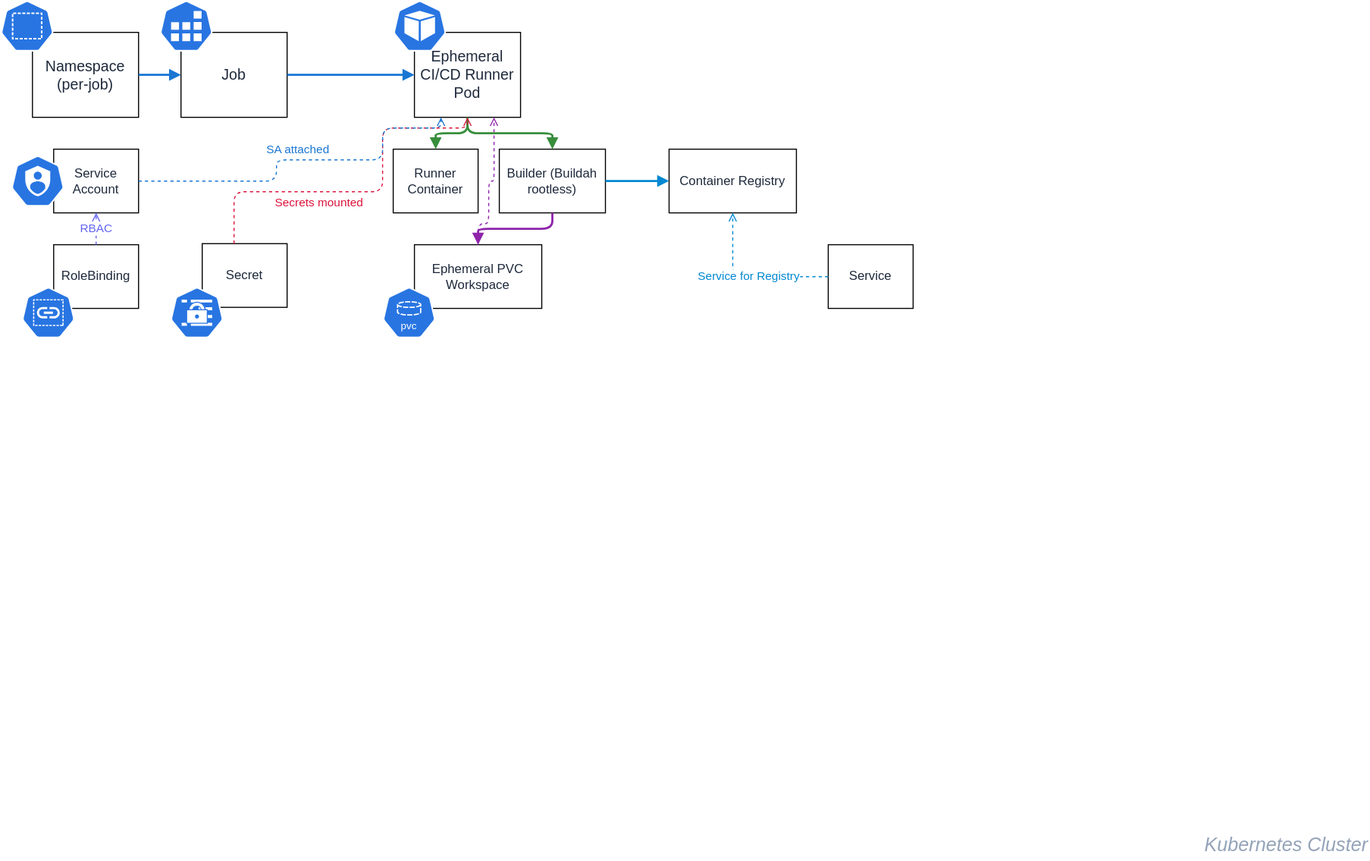
Before: docs/ci-cd-architecture.svg, a diagram exported from draw.io (dasmlab/ci-cd-agents). Source tidied: cells renumbered, new cells last; positions are measured from the earlier drawing's top-left corner, leaving out a move shared by most shapes.
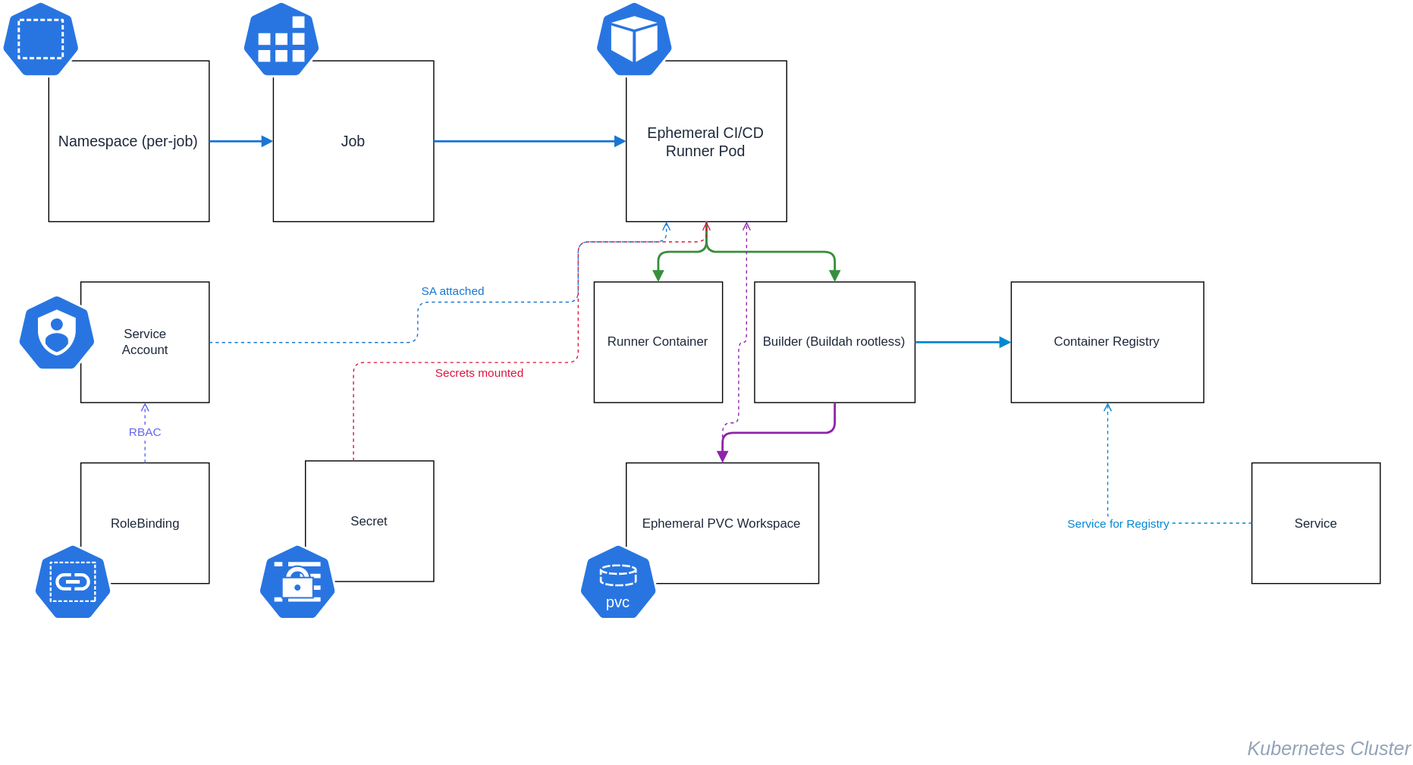
After the commit.

The edit, as a diff of the source:
```diff
@@ -2,119 +2,122 @@
   <root>
     <mxCell id="0" />
     <mxCell id="1" parent="0" />
+    <mxCell id="32" style="group;" parent="1" vertex="1">
+      <mxGeometry x="5" y="80" width="1330" height="720" as="geometry" />
+    </mxCell>
-    <mxCell id="2" value="Namespace (per-job)" style="shape=mxgraph.k8s.ns;whiteSpace=wrap;html=1;fontSize=14;fontColor=#1e293b;" parent="1" vertex="1">
-      <mxGeometry x="30" y="30" width="100" height="80" as="geometry" />
+    <mxCell id="2" value="Namespace (per-job)" style="shape=mxgraph.k8s.ns;whiteSpace=wrap;html=1;fontSize=14;fontColor=#1e293b;" parent="32" vertex="1">
+      <mxGeometry x="45.3" y="56.8" width="151.1" height="151.6" as="geometry" />
     </mxCell>
-    <mxCell id="3" value="Job" style="shape=mxgraph.k8s.job;whiteSpace=wrap;html=1;fontSize=14;fontColor=#1e293b;" parent="1" vertex="1">
-      <mxGeometry x="170" y="30" width="100" height="80" as="geometry" />
+    <mxCell id="3" value="Job" style="shape=mxgraph.k8s.job;whiteSpace=wrap;html=1;fontSize=14;fontColor=#1e293b;" parent="32" vertex="1">
+      <mxGeometry x="256.9" y="56.8" width="151.1" height="151.6" as="geometry" />
     </mxCell>
-    <mxCell id="4" value="Ephemeral CI/CD Runner Pod" style="shape=mxgraph.k8s.pod;whiteSpace=wrap;html=1;fontSize=14;fontColor=#1e293b;" parent="1" vertex="1">
-      <mxGeometry x="390" y="30" width="100" height="80" as="geometry" />
+    <mxCell id="4" value="Ephemeral CI/CD Runner Pod" style="shape=mxgraph.k8s.pod;whiteSpace=wrap;html=1;fontSize=14;fontColor=#1e293b;" parent="32" vertex="1">
+      <mxGeometry x="589.4" y="56.8" width="151.1" height="151.6" as="geometry" />
     </mxCell>
-    <mxCell id="5" value="Runner Container" style="shape=mxgraph.k8s.container;whiteSpace=wrap;html=1;fontSize=12;fontColor=#1e293b;" parent="1" vertex="1">
-      <mxGeometry x="370" y="140" width="80" height="60" as="geometry" />
+    <mxCell id="5" value="Runner Container" style="shape=mxgraph.k8s.container;whiteSpace=wrap;html=1;fontSize=12;fontColor=#1e293b;" parent="32" vertex="1">
+      <mxGeometry x="559.2" y="265.3" width="120.9" height="113.7" as="geometry" />
     </mxCell>
-    <mxCell id="6" value="Builder (Buildah rootless)" style="shape=mxgraph.k8s.container;whiteSpace=wrap;html=1;fontSize=12;fontColor=#1e293b;" parent="1" vertex="1">
-      <mxGeometry x="470" y="140" width="100" height="60" as="geometry" />
+    <mxCell id="6" value="Builder (Buildah rootless)" style="shape=mxgraph.k8s.container;whiteSpace=wrap;html=1;fontSize=12;fontColor=#1e293b;" parent="32" vertex="1">
+      <mxGeometry x="710.3" y="265.3" width="151.1" height="113.7" as="geometry" />
     </mxCell>
-    <mxCell id="7" value="Ephemeral PVC Workspace" style="shape=mxgraph.k8s.pvc;whiteSpace=wrap;html=1;fontSize=12;fontColor=#1e293b;" parent="1" vertex="1">
-      <mxGeometry x="390" y="230" width="120" height="60" as="geometry" />
+    <mxCell id="7" value="Ephemeral PVC Workspace" style="shape=mxgraph.k8s.pvc;whiteSpace=wrap;html=1;fontSize=12;fontColor=#1e293b;" parent="32" vertex="1">
+      <mxGeometry x="589.4" y="435.8" width="181.4" height="113.7" as="geometry" />
     </mxCell>
-    <mxCell id="8" value="Container Registry" style="shape=mxgraph.k8s.registry;whiteSpace=wrap;html=1;fontSize=12;fontColor=#1e293b;" parent="1" vertex="1">
-      <mxGeometry x="630" y="140" width="120" height="60" as="geometry" />
+    <mxCell id="8" value="Container Registry" style="shape=mxgraph.k8s.registry;whiteSpace=wrap;html=1;fontSize=12;fontColor=#1e293b;" parent="32" vertex="1">
+      <mxGeometry x="952.2" y="265.3" width="181.4" height="113.7" as="geometry" />
     </mxCell>
-    <mxCell id="9" value="Secret" style="shape=mxgraph.k8s.secret;whiteSpace=wrap;html=1;fontSize=12;fontColor=#1e293b;" parent="1" vertex="1">
-      <mxGeometry x="190" y="229" width="80" height="60" as="geometry" />
+    <mxCell id="9" value="Secret" style="shape=mxgraph.k8s.secret;whiteSpace=wrap;html=1;fontSize=12;fontColor=#1e293b;" parent="32" vertex="1">
+      <mxGeometry x="287.2" y="433.9" width="120.9" height="113.7" as="geometry" />
     </mxCell>
-    <mxCell id="10" value="Service&lt;br&gt;Account" style="shape=mxgraph.k8s.sa;whiteSpace=wrap;html=1;fontSize=12;fontColor=#1e293b;" parent="1" vertex="1">
-      <mxGeometry x="50" y="140" width="80" height="60" as="geometry" />
+    <mxCell id="10" value="Service&lt;br&gt;Account" style="shape=mxgraph.k8s.sa;whiteSpace=wrap;html=1;fontSize=12;fontColor=#1e293b;" parent="32" vertex="1">
+      <mxGeometry x="75.6" y="265.3" width="120.9" height="113.7" as="geometry" />
     </mxCell>
-    <mxCell id="11" value="RoleBinding" style="shape=mxgraph.k8s.rb;whiteSpace=wrap;html=1;fontSize=12;fontColor=#1e293b;" parent="1" vertex="1">
-      <mxGeometry x="50" y="230" width="80" height="60" as="geometry" />
+    <mxCell id="11" value="RoleBinding" style="shape=mxgraph.k8s.rb;whiteSpace=wrap;html=1;fontSize=12;fontColor=#1e293b;" parent="32" vertex="1">
+      <mxGeometry x="75.6" y="435.8" width="120.9" height="113.7" as="geometry" />
     </mxCell>
-    <mxCell id="12" value="Service" style="shape=mxgraph.k8s.svc;whiteSpace=wrap;html=1;fontSize=12;fontColor=#1e293b;" parent="1" vertex="1">
-      <mxGeometry x="780" y="230" width="80" height="60" as="geometry" />
+    <mxCell id="12" value="Service" style="shape=mxgraph.k8s.svc;whiteSpace=wrap;html=1;fontSize=12;fontColor=#1e293b;" parent="32" vertex="1">
+      <mxGeometry x="1178.9" y="435.8" width="120.9" height="113.7" as="geometry" />
     </mxCell>
-    <mxCell id="13" style="edgeStyle=orthogonalEdgeStyle;rounded=1;html=1;endArrow=block;strokeColor=#1976d2;strokeWidth=2;" parent="1" edge="1" source="2" target="3">
+    <mxCell id="13" style="edgeStyle=orthogonalEdgeStyle;rounded=1;html=1;endArrow=block;strokeColor=#1976d2;strokeWidth=2;" parent="32" edge="1" source="2" target="3">
       <mxGeometry relative="1" as="geometry" />
     </mxCell>
-    <mxCell id="14" style="edgeStyle=orthogonalEdgeStyle;rounded=1;html=1;endArrow=block;strokeColor=#1976d2;strokeWidth=2;" parent="1" edge="1" source="3" target="4">
+    <mxCell id="14" style="edgeStyle=orthogonalEdgeStyle;rounded=1;html=1;endArrow=block;strokeColor=#1976d2;strokeWidth=2;" parent="32" edge="1" source="3" target="4">
       <mxGeometry relative="1" as="geometry" />
     </mxCell>
-    <mxCell id="15" style="edgeStyle=orthogonalEdgeStyle;rounded=1;html=1;endArrow=block;strokeColor=#388e3c;strokeWidth=2;" parent="1" edge="1" source="4" target="5">
+    <mxCell id="15" style="edgeStyle=orthogonalEdgeStyle;rounded=1;html=1;endArrow=block;strokeColor=#388e3c;strokeWidth=2;" parent="32" edge="1" source="4" target="5">
       <mxGeometry relative="1" as="geometry" />
     </mxCell>
-    <mxCell id="16" style="edgeStyle=orthogonalEdgeStyle;rounded=1;html=1;endArrow=block;strokeColor=#388e3c;strokeWidth=2;" parent="1" edge="1" source="4" target="6">
+    <mxCell id="16" style="edgeStyle=orthogonalEdgeStyle;rounded=1;html=1;endArrow=block;strokeColor=#388e3c;strokeWidth=2;" parent="32" edge="1" source="4" target="6">
       <mxGeometry relative="1" as="geometry" />
     </mxCell>
-    <mxCell id="17" style="edgeStyle=orthogonalEdgeStyle;rounded=1;html=1;endArrow=block;strokeColor=#8e24aa;strokeWidth=2;" parent="1" edge="1" source="6" target="7">
+    <mxCell id="17" style="edgeStyle=orthogonalEdgeStyle;rounded=1;html=1;endArrow=block;strokeColor=#8e24aa;strokeWidth=2;" parent="32" edge="1" source="6" target="7">
       <mxGeometry relative="1" as="geometry" />
     </mxCell>
-    <mxCell id="18" style="edgeStyle=orthogonalEdgeStyle;rounded=1;html=1;endArrow=block;strokeColor=#0288d1;strokeWidth=2;" parent="1" edge="1" source="6" target="8">
+    <mxCell id="18" style="edgeStyle=orthogonalEdgeStyle;rounded=1;html=1;endArrow=block;strokeColor=#0288d1;strokeWidth=2;" parent="32" edge="1" source="6" target="8">
       <mxGeometry relative="1" as="geometry" />
     </mxCell>
-    <mxCell id="19" style="edgeStyle=orthogonalEdgeStyle;rounded=1;html=1;dashed=1;endArrow=open;strokeColor=#8e24aa;fontColor=#8e24aa;entryX=0.75;entryY=1;entryDx=0;entryDy=0;exitX=0.5;exitY=0;exitDx=0;exitDy=0;" parent="1" edge="1" source="7" target="4">
+    <mxCell id="19" style="edgeStyle=orthogonalEdgeStyle;rounded=1;html=1;dashed=1;endArrow=open;strokeColor=#8e24aa;fontColor=#8e24aa;entryX=0.75;entryY=1;entryDx=0;entryDy=0;exitX=0.5;exitY=0;exitDx=0;exitDy=0;" parent="32" edge="1" source="7" target="4">
       <mxGeometry relative="1" as="geometry">
         <Array as="points">
-          <mxPoint x="450" y="210" />
-          <mxPoint x="460" y="210" />
-          <mxPoint x="460" y="170" />
-          <mxPoint x="465" y="170" />
+          <mxPoint x="680.1" y="397.9" />
+          <mxPoint x="695.2" y="397.9" />
+          <mxPoint x="695.2" y="322.1" />
+          <mxPoint x="702.8" y="322.1" />
         </Array>
       </mxGeometry>
     </mxCell>
-    <mxCell id="20" value="Secrets mounted" style="edgeStyle=orthogonalEdgeStyle;rounded=1;html=1;dashed=1;endArrow=open;strokeColor=#dc143c;fontColor=#dc143c;" parent="1" edge="1" source="9">
+    <mxCell id="20" value="Secrets mounted" style="edgeStyle=orthogonalEdgeStyle;rounded=1;html=1;dashed=1;endArrow=open;strokeColor=#dc143c;fontColor=#dc143c;" parent="32" edge="1" source="9">
       <mxGeometry x="-0.24" y="-10" relative="1" as="geometry">
-        <mxPoint x="440" y="110" as="targetPoint" />
+        <mxPoint x="665" y="208.4" as="targetPoint" />
         <Array as="points">
-          <mxPoint x="220" y="180" />
-          <mxPoint x="360" y="180" />
-          <mxPoint x="360" y="120" />
-          <mxPoint x="440" y="120" />
+          <mxPoint x="332.5" y="341.1" />
+          <mxPoint x="544.1" y="341.1" />
+          <mxPoint x="544.1" y="227.4" />
+          <mxPoint x="665" y="227.4" />
         </Array>
       </mxGeometry>
     </mxCell>
-    <mxCell id="21" value="SA attached" style="edgeStyle=orthogonalEdgeStyle;rounded=1;html=1;dashed=1;endArrow=open;strokeColor=#1976d2;fontColor=#1976d2;entryX=0.25;entryY=1;entryDx=0;entryDy=0;" parent="1" edge="1" source="10" target="4">
+    <mxCell id="21" value="SA attached" style="edgeStyle=orthogonalEdgeStyle;rounded=1;html=1;dashed=1;endArrow=open;strokeColor=#1976d2;fontColor=#1976d2;entryX=0.25;entryY=1;entryDx=0;entryDy=0;" parent="32" edge="1" source="10" target="4">
       <mxGeometry x="-0.01" y="10" relative="1" as="geometry">
         <Array as="points">
-          <mxPoint x="260" y="170" />
-          <mxPoint x="260" y="150" />
-          <mxPoint x="360" y="150" />
-          <mxPoint x="360" y="120" />
-          <mxPoint x="415" y="120" />
+          <mxPoint x="393" y="322.1" />
+          <mxPoint x="393" y="284.2" />
+          <mxPoint x="544.1" y="284.2" />
+          <mxPoint x="544.1" y="227.4" />
+          <mxPoint x="627.2" y="227.4" />
         </Array>
         <mxPoint x="-1" as="offset" />
       </mxGeometry>
     </mxCell>
-    <mxCell id="22" value="RBAC" style="edgeStyle=orthogonalEdgeStyle;rounded=1;html=1;dashed=1;endArrow=open;strokeColor=#6366f1;fontColor=#6366f1;" parent="1" edge="1" source="11" target="10">
+    <mxCell id="22" value="RBAC" style="edgeStyle=orthogonalEdgeStyle;rounded=1;html=1;dashed=1;endArrow=open;strokeColor=#6366f1;fontColor=#6366f1;" parent="32" edge="1" source="11" target="10">
       <mxGeometry relative="1" as="geometry" />
     </mxCell>
-    <mxCell id="23" value="Service for Registry" style="edgeStyle=orthogonalEdgeStyle;rounded=1;html=1;dashed=1;endArrow=open;strokeColor=#0288d1;fontColor=#0288d1;" parent="1" edge="1" source="12" target="8">
+    <mxCell id="23" value="Service for Registry" style="edgeStyle=orthogonalEdgeStyle;rounded=1;html=1;dashed=1;endArrow=open;strokeColor=#0288d1;fontColor=#0288d1;" parent="32" edge="1" source="12" target="8">
       <mxGeometry relative="1" as="geometry" />
     </mxCell>
-    <mxCell id="24" value="Kubernetes Cluster" style="text;html=1;align=right;verticalAlign=bottom;fontSize=18;fontColor=#94a3b8;fontStyle=2;" parent="1" vertex="1">
-      <mxGeometry x="970" y="770" width="320" height="40" as="geometry" />
+    <mxCell id="24" value="Kubernetes Cluster" style="text;html=1;align=right;verticalAlign=bottom;fontSize=18;fontColor=#94a3b8;fontStyle=2;" parent="32" vertex="1">
+      <mxGeometry x="846.4" y="644.2" width="483.6" height="75.8" as="geometry" />
     </mxCell>
-    <mxCell id="25" style="sketch=0;html=1;dashed=0;whitespace=wrap;verticalLabelPosition=bottom;verticalAlign=top;fillColor=#2875E2;strokeColor=#ffffff;shape=mxgraph.kubernetes.icon2;prIcon=ns;" parent="1" vertex="1">
-      <mxGeometry width="50" height="48" as="geometry" />
+    <mxCell id="25" style="sketch=0;html=1;dashed=0;whitespace=wrap;verticalLabelPosition=bottom;verticalAlign=top;fillColor=#2875E2;strokeColor=#ffffff;shape=mxgraph.kubernetes.icon2;prIcon=ns;" parent="32" vertex="1">
+      <mxGeometry width="75.6" height="72.5" as="geometry" />
     </mxCell>
-    <mxCell id="26" style="sketch=0;html=1;dashed=0;whitespace=wrap;verticalLabelPosition=bottom;verticalAlign=top;fillColor=#2875E2;strokeColor=#ffffff;shape=mxgraph.kubernetes.icon2;prIcon=job;" parent="1" vertex="1">
-      <mxGeometry x="150" width="50" height="48" as="geometry" />
+    <mxCell id="26" style="sketch=0;html=1;dashed=0;whitespace=wrap;verticalLabelPosition=bottom;verticalAlign=top;fillColor=#2875E2;strokeColor=#ffffff;shape=mxgraph.kubernetes.icon2;prIcon=job;" parent="32" vertex="1">
+      <mxGeometry x="226.7" width="75.6" height="72.5" as="geometry" />
     </mxCell>
-    <mxCell id="27" style="sketch=0;html=1;dashed=0;whitespace=wrap;verticalLabelPosition=bottom;verticalAlign=top;fillColor=#2875E2;strokeColor=#ffffff;shape=mxgraph.kubernetes.icon2;prIcon=pod;" parent="1" vertex="1">
-      <mxGeometry x="370" width="50" height="48" as="geometry" />
+    <mxCell id="27" style="sketch=0;html=1;dashed=0;whitespace=wrap;verticalLabelPosition=bottom;verticalAlign=top;fillColor=#2875E2;strokeColor=#ffffff;shape=mxgraph.kubernetes.icon2;prIcon=pod;" parent="32" vertex="1">
+      <mxGeometry x="559.2" width="75.6" height="72.5" as="geometry" />
     </mxCell>
-    <mxCell id="28" style="sketch=0;html=1;dashed=0;whitespace=wrap;verticalLabelPosition=bottom;verticalAlign=top;fillColor=#2875E2;strokeColor=#ffffff;shape=mxgraph.kubernetes.icon2;prIcon=sa;" parent="1" vertex="1">
-      <mxGeometry x="10" y="146" width="50" height="48" as="geometry" />
+    <mxCell id="28" style="sketch=0;html=1;dashed=0;whitespace=wrap;verticalLabelPosition=bottom;verticalAlign=top;fillColor=#2875E2;strokeColor=#ffffff;shape=mxgraph.kubernetes.icon2;prIcon=sa;" parent="32" vertex="1">
+      <mxGeometry x="15.1" y="276.6" width="75.6" height="72.5" as="geometry" />
     </mxCell>
-    <mxCell id="29" style="sketch=0;html=1;dashed=0;whitespace=wrap;verticalLabelPosition=bottom;verticalAlign=top;fillColor=#2875E2;strokeColor=#ffffff;shape=mxgraph.kubernetes.icon2;prIcon=rb;" parent="1" vertex="1">
-      <mxGeometry x="20" y="270" width="50" height="48" as="geometry" />
+    <mxCell id="29" style="sketch=0;html=1;dashed=0;whitespace=wrap;verticalLabelPosition=bottom;verticalAlign=top;fillColor=#2875E2;strokeColor=#ffffff;shape=mxgraph.kubernetes.icon2;prIcon=rb;" parent="32" vertex="1">
+      <mxGeometry x="30.2" y="511.6" width="75.6" height="72.5" as="geometry" />
     </mxCell>
-    <mxCell id="30" style="sketch=0;html=1;dashed=0;whitespace=wrap;verticalLabelPosition=bottom;verticalAlign=top;fillColor=#2875E2;strokeColor=#ffffff;shape=mxgraph.kubernetes.icon2;prIcon=secret;" parent="1" vertex="1">
-      <mxGeometry x="160" y="270" width="50" height="48" as="geometry" />
+    <mxCell id="30" style="sketch=0;html=1;dashed=0;whitespace=wrap;verticalLabelPosition=bottom;verticalAlign=top;fillColor=#2875E2;strokeColor=#ffffff;shape=mxgraph.kubernetes.icon2;prIcon=secret;" parent="32" vertex="1">
+      <mxGeometry x="241.8" y="511.6" width="75.6" height="72.5" as="geometry" />
     </mxCell>
-    <mxCell id="31" style="sketch=0;html=1;dashed=0;whitespace=wrap;verticalLabelPosition=bottom;verticalAlign=top;fillColor=#2875E2;strokeColor=#ffffff;shape=mxgraph.kubernetes.icon2;kubernetesLabel=1;prIcon=pvc;" parent="1" vertex="1">
-      <mxGeometry x="360" y="270" width="50" height="48" as="geometry" />
+    <mxCell id="31" style="sketch=0;html=1;dashed=0;whitespace=wrap;verticalLabelPosition=bottom;verticalAlign=top;fillColor=#2875E2;strokeColor=#ffffff;shape=mxgraph.kubernetes.icon2;kubernetesLabel=1;prIcon=pvc;" parent="32" vertex="1">
+      <mxGeometry x="544.1" y="511.6" width="75.6" height="72.5" as="geometry" />
     </mxCell>
   </root>
 </mxGraphModel>
```
